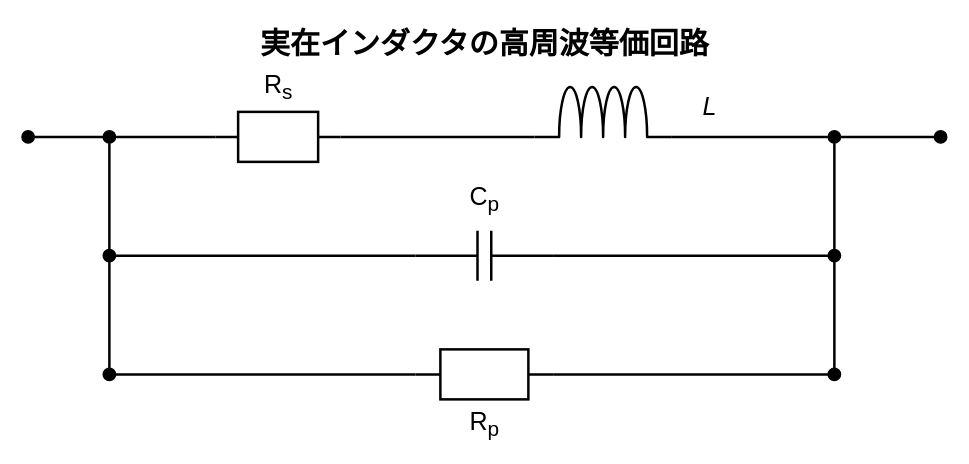
The draw.io diagram figures/real-inductor.drawio in shima-nct/microwave-engineering-tools, before the edit. Source tidied: cells renumbered, new cells numbered last; positions are measured from the earlier drawing's top-left corner, leaving out a move shared by most shapes. Both pictures are drawn from the tidied source at 125%, with x=0, y=0 at pixel (21, 21).
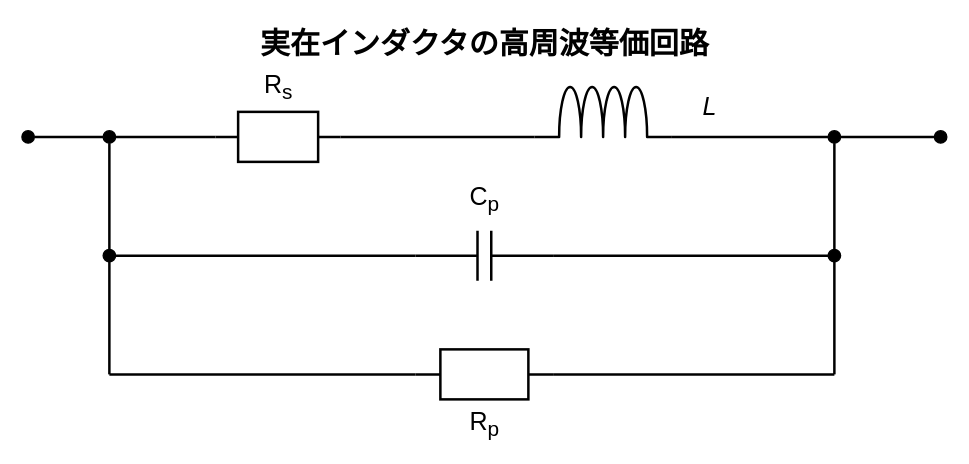
The same diagram, later.

The edit, as a diff of the source:
```diff
@@
-    <mxCell id="7" style="ellipse;html=1;fillColor=#000000;strokeColor=#000000;" parent="1" vertex="1">
-      <mxGeometry x="65" y="277" width="10" height="10" as="geometry" />
+    <mxCell id="7" style="ellipse;html=1;fillColor=none;strokeColor=none;opacity=0;" parent="1" vertex="1">
+      <mxGeometry x="70" y="282" as="geometry" />
     </mxCell>
@@
-    <mxCell id="10" style="ellipse;html=1;fillColor=#000000;strokeColor=#000000;" parent="1" vertex="1">
-      <mxGeometry x="645" y="277" width="10" height="10" as="geometry" />
+    <mxCell id="10" style="ellipse;html=1;fillColor=none;strokeColor=none;opacity=0;" parent="1" vertex="1">
+      <mxGeometry x="650" y="282" as="geometry" />
     </mxCell>
```
